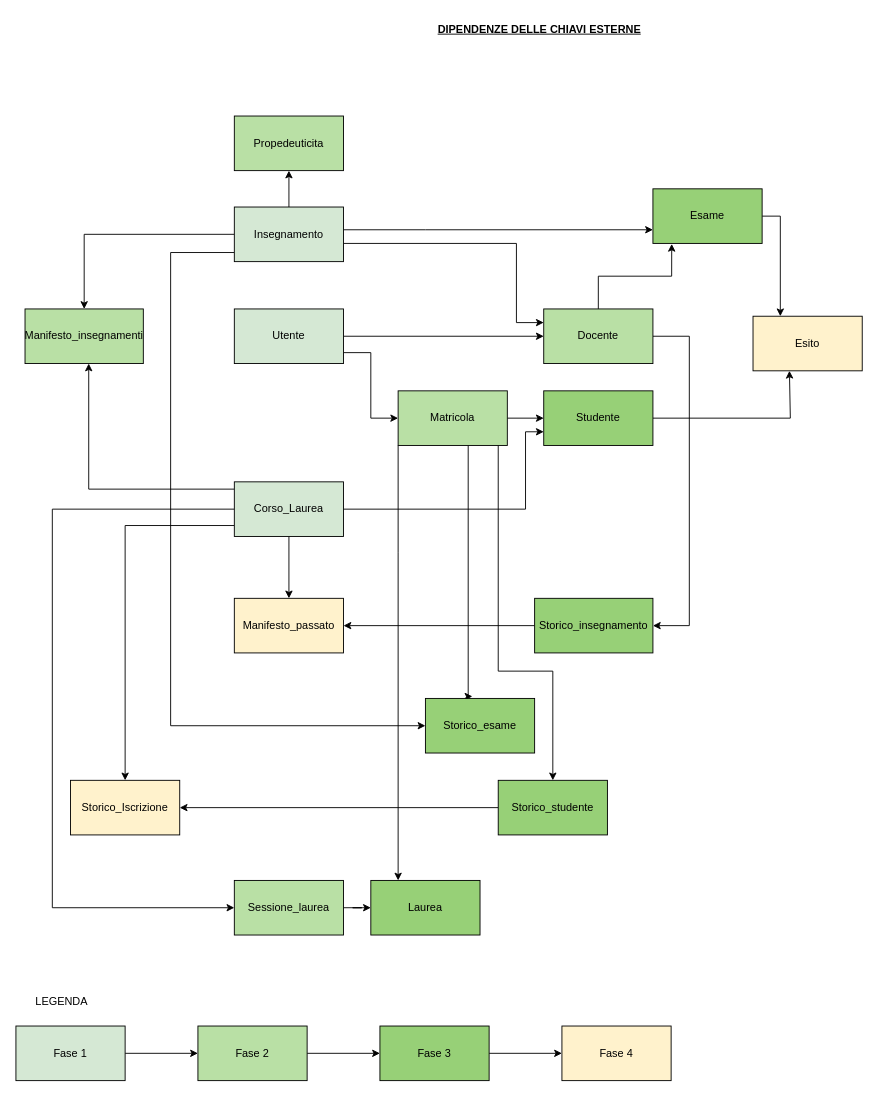
michelebolis/UniversityExamSystem keeps this draw.io diagram as page "Dipendenze chiavi esterne" (3 of 3) of uni.drawio. Above is the earlier version. Source tidied: cells renumbered, new cells numbered last; positions are measured from the earlier drawing's top-left corner, leaving out a move shared by most shapes. Both pictures are drawn from the tidied source at 91%, with x=0, y=0 at pixel (15, 15).
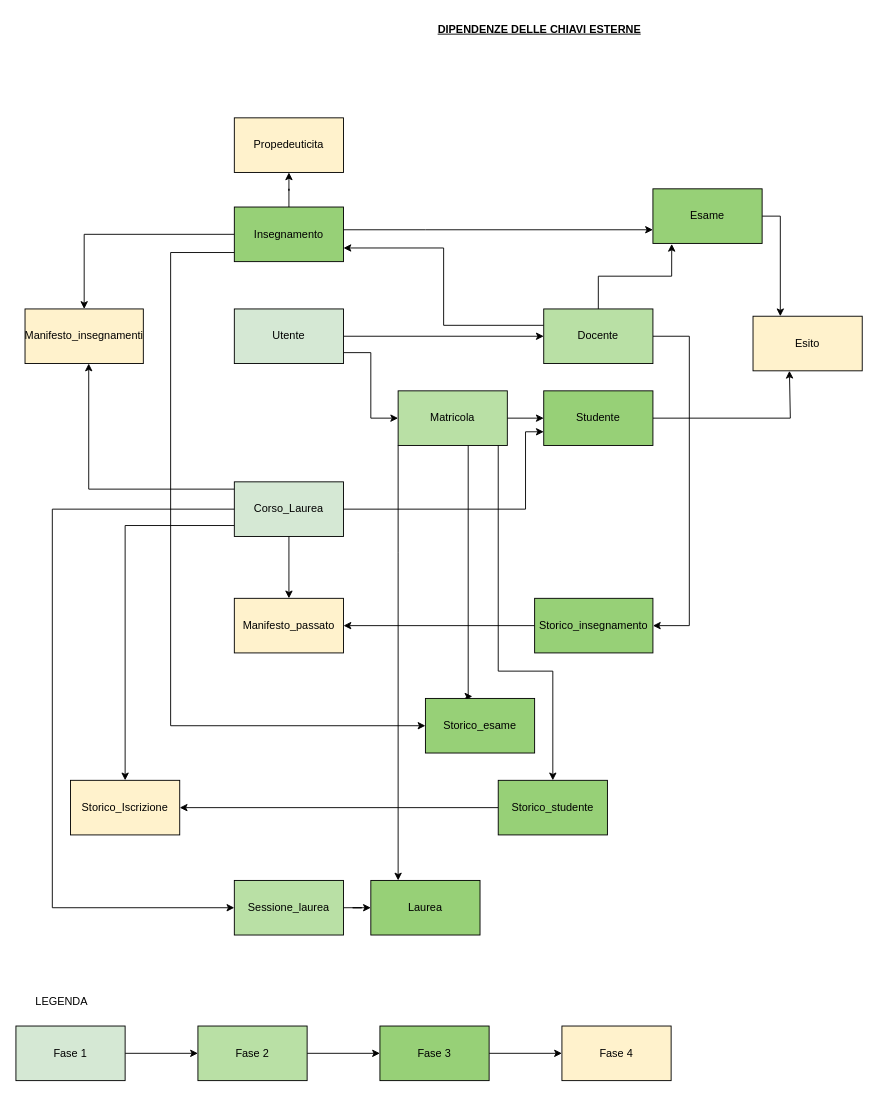
The same page after the edit.

The change refers to these unchanged cells:
```xml
<mxCell id="9" value="Docente" style="rounded=0;whiteSpace=wrap;html=1;fillColor=#B9E0A5;" parent="1" vertex="1">
  <mxGeometry x="580" y="322" width="120" height="60" as="geometry" />
</mxCell>
```

Change to the diagram source:
```diff
@@
+    <mxCell id="51" style="edgeStyle=orthogonalEdgeStyle;rounded=0;jettySize=auto;html=1;entryX=1;entryY=0.75;entryDx=0;entryDy=0;" parent="1" edge="1" source="9" target="26">
+      <mxGeometry relative="1" as="geometry">
+        <Array as="points">
+          <mxPoint x="470" y="340" />
+          <mxPoint x="470" y="255" />
+        </Array>
+      </mxGeometry>
+    </mxCell>
@@
-    <mxCell id="21" style="edgeStyle=orthogonalEdgeStyle;rounded=0;jettySize=auto;html=1;entryX=0;entryY=0.25;entryDx=0;entryDy=0;" parent="1" edge="1" source="26" target="9">
-      <mxGeometry relative="1" as="geometry">
-        <Array as="points">
-          <mxPoint x="550" y="250" />
-          <mxPoint x="550" y="337" />
-        </Array>
-      </mxGeometry>
-    </mxCell>
@@
-    <mxCell id="26" value="Insegnamento" style="rounded=0;whiteSpace=wrap;html=1;fillColor=#D5E8D4;" parent="1" vertex="1">
+    <mxCell id="26" value="Insegnamento" style="rounded=0;whiteSpace=wrap;html=1;fillColor=#97D077;" parent="1" vertex="1">
       <mxGeometry x="240" y="210" width="120" height="60" as="geometry" />
     </mxCell>
-    <mxCell id="27" value="Manifesto_insegnamenti" style="rounded=0;whiteSpace=wrap;html=1;fillColor=#B9E0A5;" parent="1" vertex="1">
+    <mxCell id="27" value="Manifesto_insegnamenti" style="rounded=0;whiteSpace=wrap;html=1;fillColor=#FFF2CC;" parent="1" vertex="1">
       <mxGeometry x="10" y="322" width="130" height="60" as="geometry" />
     </mxCell>
-    <mxCell id="28" value="Propedeuticita" style="whiteSpace=wrap;html=1;fillColor=#B9E0A5;" parent="1" vertex="1">
-      <mxGeometry x="240" y="110" width="120" height="60" as="geometry" />
+    <mxCell id="28" value="Propedeuticita" style="whiteSpace=wrap;html=1;fillColor=#FFF2CC;" parent="1" vertex="1">
+      <mxGeometry x="240" y="112" width="120" height="60" as="geometry" />
     </mxCell>
```
